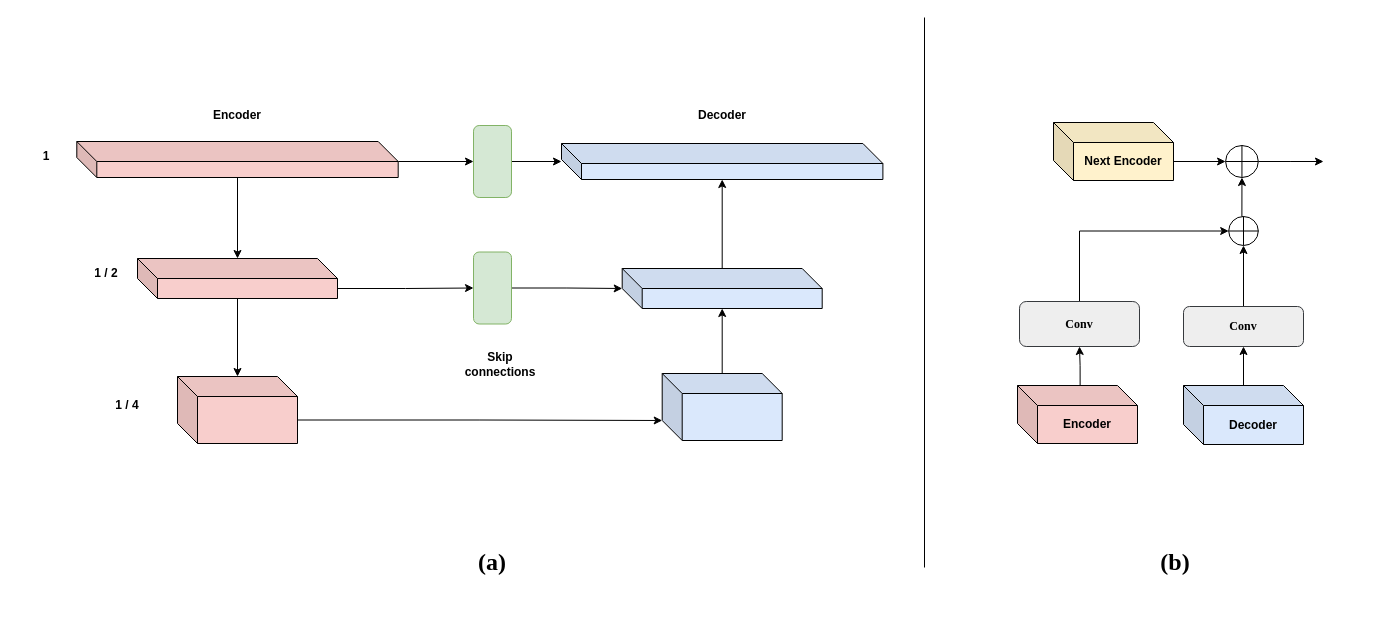
Earlier version of the draw.io diagram Supersive.drawio (user815886724/Drawio). Source tidied: cells renumbered, new cells numbered last; positions are measured from the earlier drawing's top-left corner, leaving out a move shared by most shapes. Both pictures are drawn from the tidied source at 100%, with x=0, y=0 at pixel (16, 17).
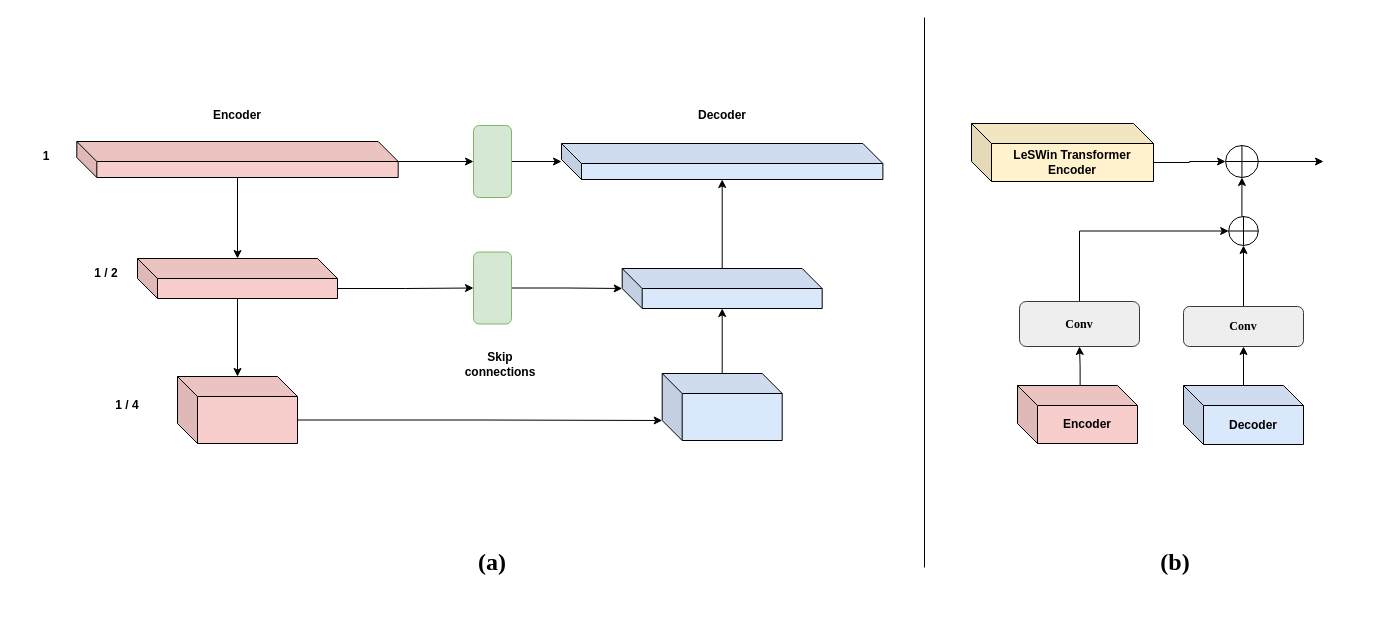
The same diagram, later.

Diff of the diagram source:
```diff
@@
-    <mxCell id="17" value="&lt;b&gt;Next Encoder&lt;/b&gt;" style="shape=cube;whiteSpace=wrap;html=1;boundedLbl=1;backgroundOutline=1;darkOpacity=0.05;darkOpacity2=0.1;fillColor=#fff2cc;strokeColor=#000000;" parent="1" vertex="1">
-      <mxGeometry x="1037" y="105" width="120" height="58" as="geometry" />
+    <mxCell id="17" value="&lt;b&gt;LeSWin Transformer Encoder&lt;/b&gt;" style="shape=cube;whiteSpace=wrap;html=1;boundedLbl=1;backgroundOutline=1;darkOpacity=0.05;darkOpacity2=0.1;fillColor=#fff2cc;strokeColor=#000000;" parent="1" vertex="1">
+      <mxGeometry x="955" y="106" width="182" height="58" as="geometry" />
     </mxCell>
```
